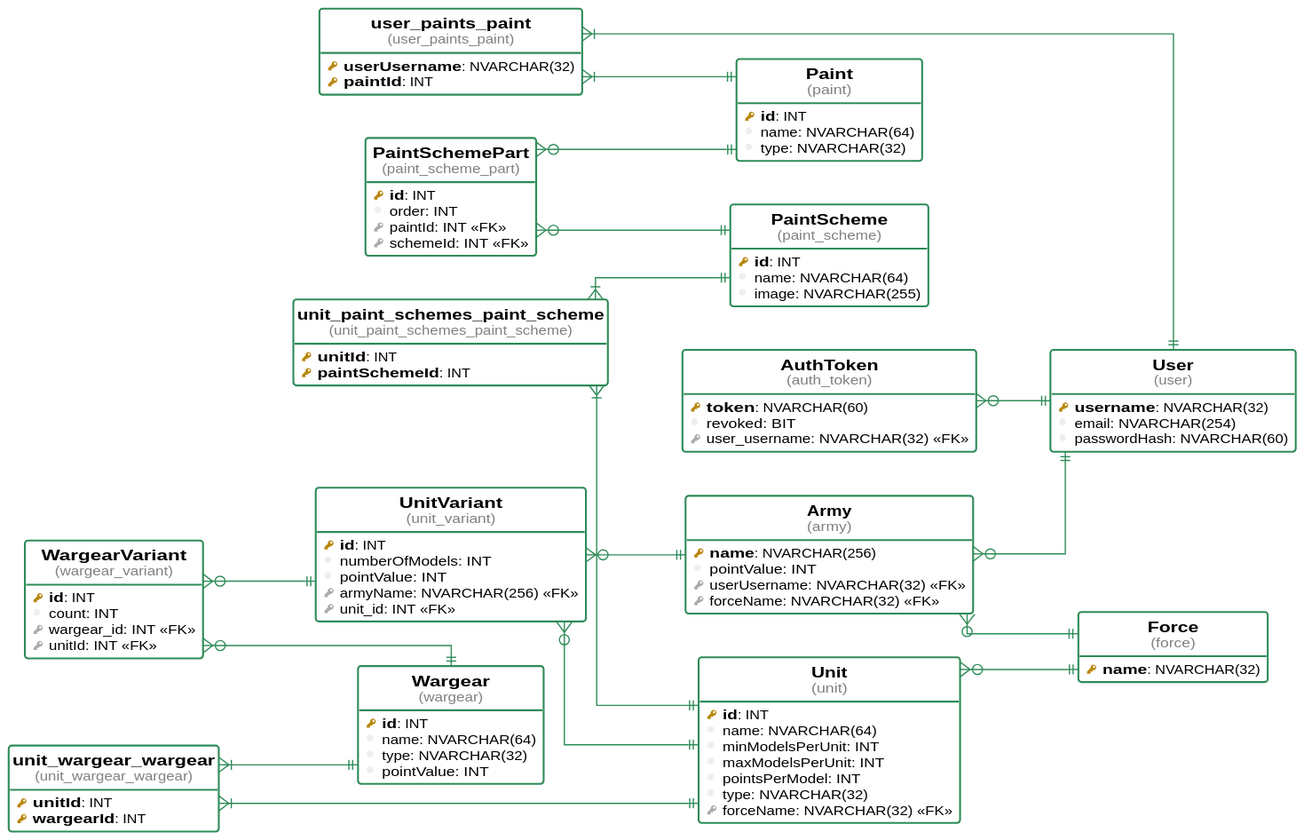
Before: artefacts/uml.svg, a diagram exported from PlantUML (k-piekarczyk/apa).
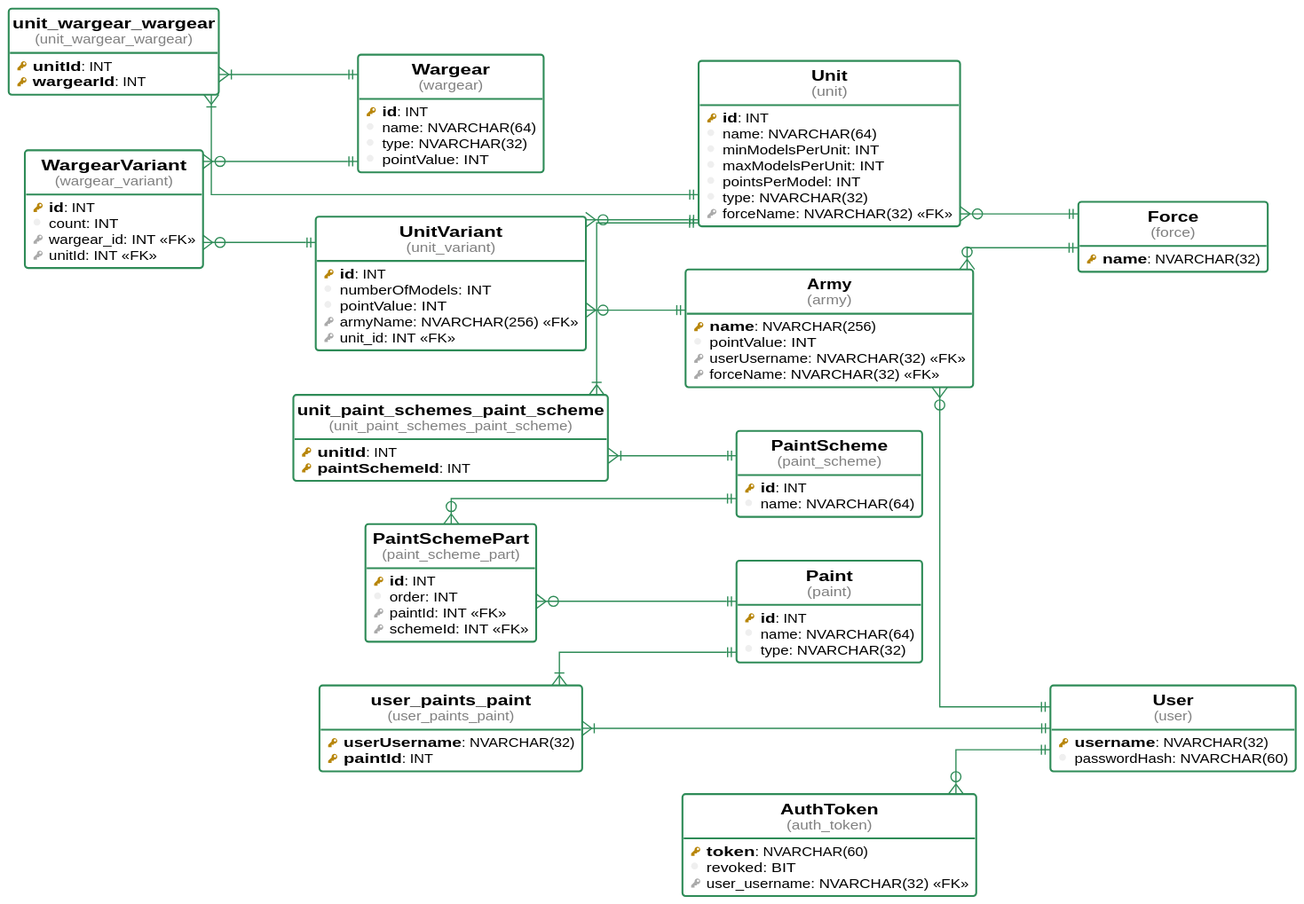
After the commit.

The edit, as a diff of the source:
```diff
@@ -23,6 +23,11 @@
 }
 
 
+table( User, user ) as user {
+  pkey( username ): NVARCHAR(32)
+  column( passwordHash ): NVARCHAR(60)
+}
+
 table( Paint, paint ) as paint {
   pkey( id ): INT
   column( name ): NVARCHAR(64)
@@ -39,7 +44,6 @@
 table( PaintScheme, paint_scheme ) as paint_scheme {
   pkey( id ): INT
   column( name ): NVARCHAR(64)
-  column( image ): NVARCHAR(255)
 }
 
 table( Wargear, wargear ) as wargear {
@@ -85,16 +89,15 @@
   fkey( forceName ): NVARCHAR(32) <<FK>>
 }
 
-table( User, user ) as user {
-  pkey( username ): NVARCHAR(32)
-  column( email ): NVARCHAR(254)
-  column( passwordHash ): NVARCHAR(60)
-}
-
 table( AuthToken, auth_token ) as auth_token {
   pkey( token ): NVARCHAR(60)
   column( revoked ): BIT
   fkey( user_username ): NVARCHAR(32) <<FK>>
+}
+
+table( user_paints_paint, user_paints_paint ) as user_paints_paint {
+  pkey( userUsername ): NVARCHAR(32)
+  pkey( paintId ): INT
 }
 
 table( unit_paint_schemes_paint_scheme, unit_paint_schemes_paint_scheme ) as unit_paint_schemes_paint_scheme {
@@ -107,11 +110,6 @@
   pkey( wargearId ): INT
 }
 
-table( user_paints_paint, user_paints_paint ) as user_paints_paint {
-  pkey( userUsername ): NVARCHAR(32)
-  pkey( paintId ): INT
-}
-
 paint_scheme_part }o--|| paint
 paint_scheme_part }o--|| paint_scheme
 unit }o--|| force
@@ -122,10 +120,10 @@
 army }o--|| user
 army }o--|| force
 auth_token }o--|| user
+user_paints_paint }|--|| user
+user_paints_paint }|--|| paint
 unit_paint_schemes_paint_scheme }|--|| unit
 unit_paint_schemes_paint_scheme }|--|| paint_scheme
 unit_wargear_wargear }|--|| unit
 unit_wargear_wargear }|--|| wargear
-user_paints_paint }|--|| user
-user_paints_paint }|--|| paint
 @enduml
```
